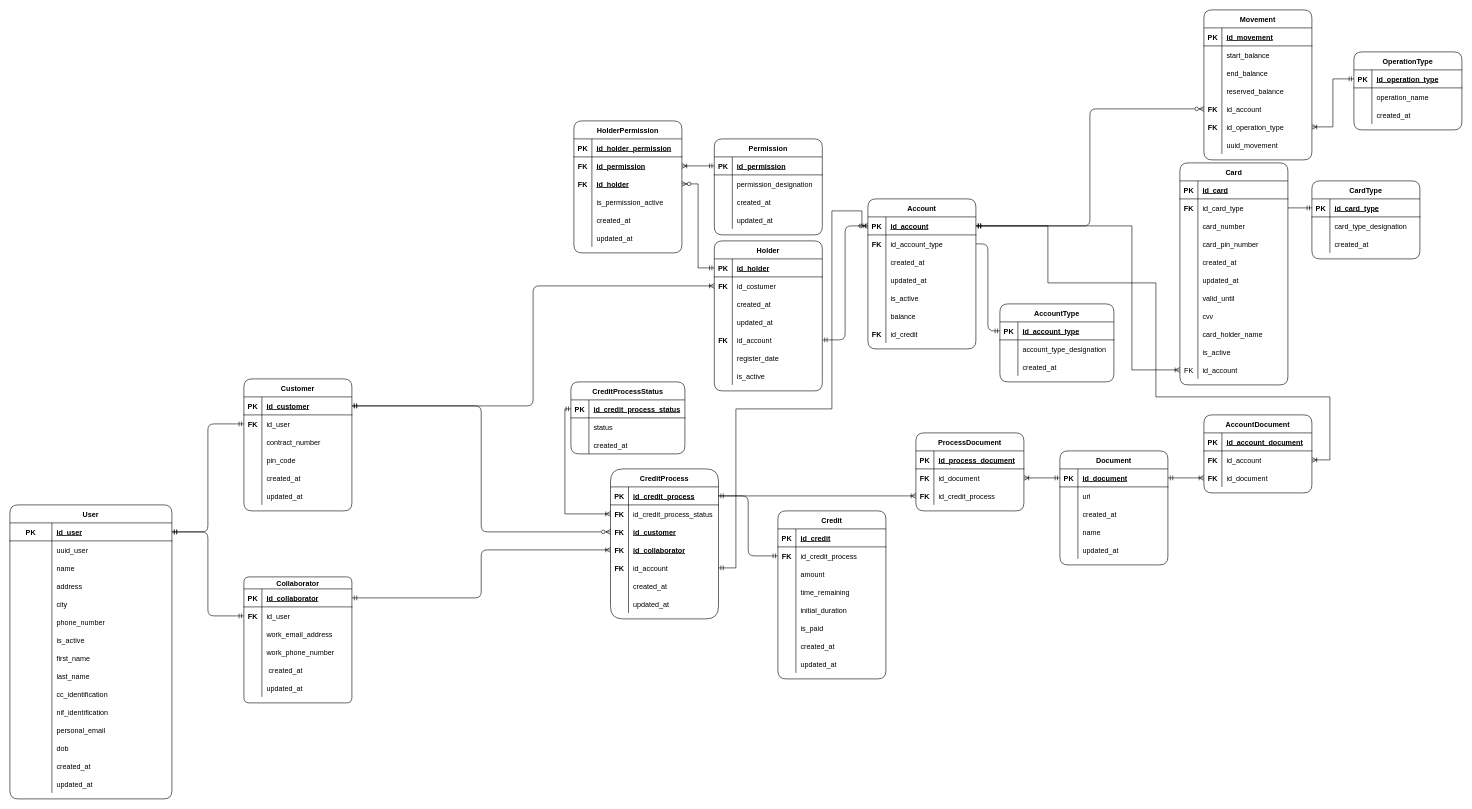
Earlier version of the draw.io diagram page "Modelo Relacional" (2 of 2) of Untitled Diagram.drawio (pedro7161/Ciencia_dos_Dados_TP1_Base-de-dados). Source tidied: cells renumbered, new cells numbered last; positions are measured from the earlier drawing's top-left corner, leaving out a move shared by most shapes. Both pictures are drawn from the tidied source at 60%, with x=0, y=0 at pixel (10, 10).
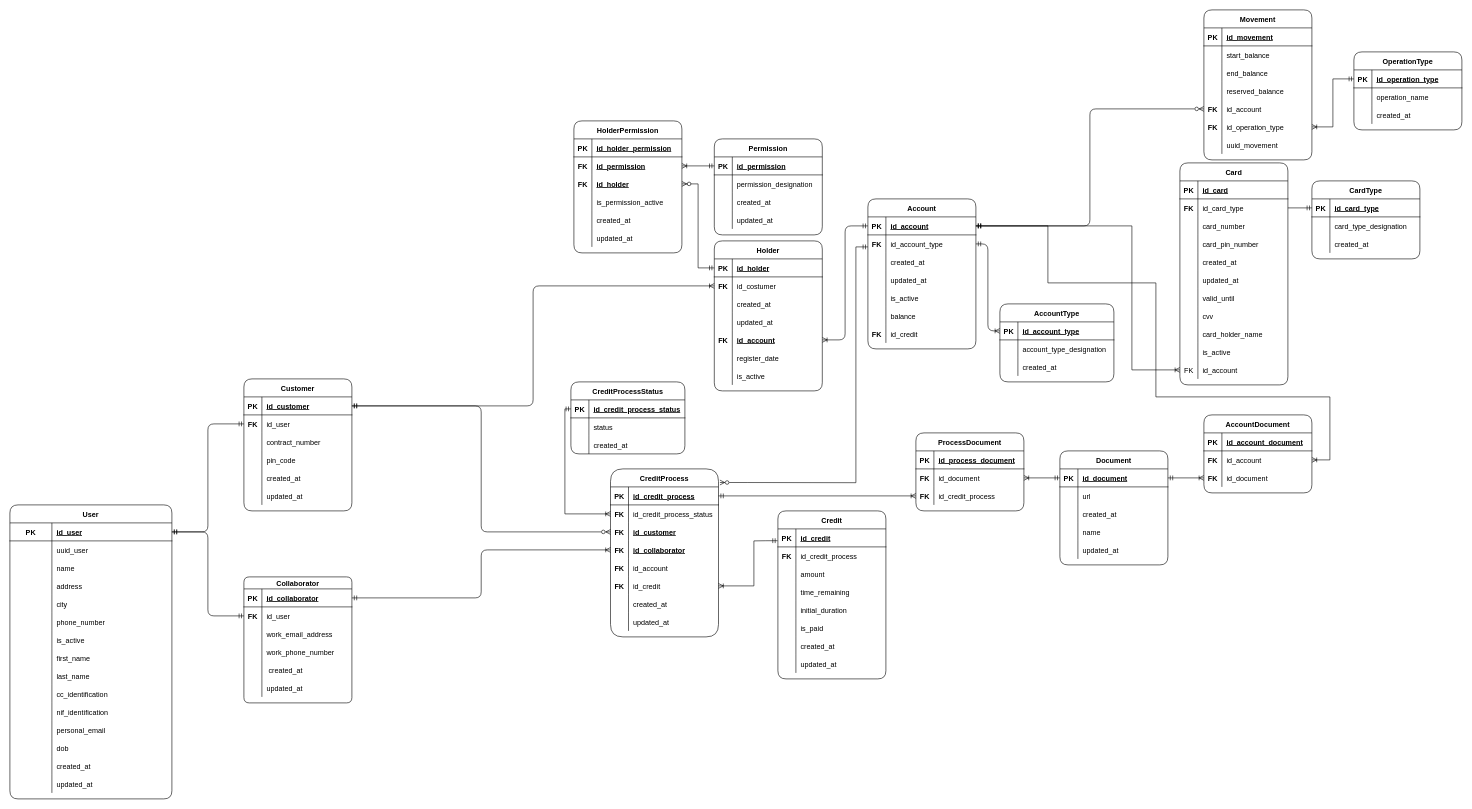
The same diagram, later.

Unchanged cells that the change refers to:
```xml
<mxCell id="3" style="shape=tableRow;horizontal=0;startSize=0;swimlaneHead=0;swimlaneBody=0;fillColor=none;points=[[0,0.5],[1,0.5]];portConstraint=eastwest;top=0;left=0;right=0;bottom=1;rounded=1;" parent="2" vertex="1">
  <mxGeometry y="30" width="180" height="30" as="geometry" />
</mxCell>
<mxCell id="6" style="shape=tableRow;horizontal=0;startSize=0;swimlaneHead=0;swimlaneBody=0;fillColor=none;points=[[0,0.5],[1,0.5]];portConstraint=eastwest;top=0;left=0;right=0;bottom=0;rounded=1;" parent="2" vertex="1">
  <mxGeometry y="60" width="180" height="30" as="geometry" />
</mxCell>
<mxCell id="28" style="shape=tableRow;horizontal=0;startSize=0;swimlaneHead=0;swimlaneBody=0;fillColor=none;points=[[0,0.5],[1,0.5]];portConstraint=eastwest;top=0;left=0;right=0;bottom=1;rounded=1;" parent="27" vertex="1">
  <mxGeometry y="30" width="190" height="30" as="geometry" />
</mxCell>
<mxCell id="50" style="shape=tableRow;horizontal=0;startSize=0;swimlaneHead=0;swimlaneBody=0;fillColor=none;points=[[0,0.5],[1,0.5]];portConstraint=eastwest;top=0;left=0;right=0;bottom=0;rounded=1;" parent="37" vertex="1">
  <mxGeometry y="150" width="180" height="30" as="geometry" />
</mxCell>
<mxCell id="73" style="shape=tableRow;horizontal=0;startSize=0;swimlaneHead=0;swimlaneBody=0;fillColor=none;points=[[0,0.5],[1,0.5]];portConstraint=eastwest;top=0;left=0;right=0;bottom=1;rounded=1;" parent="72" vertex="1">
  <mxGeometry y="30" width="180" height="30" as="geometry" />
</mxCell>
<mxCell id="76" style="shape=tableRow;horizontal=0;startSize=0;swimlaneHead=0;swimlaneBody=0;fillColor=none;points=[[0,0.5],[1,0.5]];portConstraint=eastwest;top=0;left=0;right=0;bottom=0;rounded=1;" parent="72" vertex="1">
  <mxGeometry y="60" width="180" height="30" as="geometry" />
</mxCell>
<mxCell id="133" style="shape=tableRow;horizontal=0;startSize=0;swimlaneHead=0;swimlaneBody=0;fillColor=none;points=[[0,0.5],[1,0.5]];portConstraint=eastwest;top=0;left=0;right=0;bottom=1;rounded=1;" parent="132" vertex="1">
  <mxGeometry y="30" width="180" height="30" as="geometry" />
</mxCell>
<mxCell id="145" style="shape=tableRow;horizontal=0;startSize=0;swimlaneHead=0;swimlaneBody=0;fillColor=none;points=[[0,0.5],[1,0.5]];portConstraint=eastwest;top=0;left=0;right=0;bottom=0;rounded=1;" parent="132" vertex="1">
  <mxGeometry y="150" width="180" height="30" as="geometry" />
</mxCell>
<mxCell id="148" style="shape=tableRow;horizontal=0;startSize=0;swimlaneHead=0;swimlaneBody=0;fillColor=none;points=[[0,0.5],[1,0.5]];portConstraint=eastwest;top=0;left=0;right=0;bottom=0;rounded=1;" parent="132" vertex="1">
  <mxGeometry y="180" width="180" height="30" as="geometry" />
</mxCell>
<mxCell id="151" style="shape=tableRow;horizontal=0;startSize=0;swimlaneHead=0;swimlaneBody=0;fillColor=none;top=0;left=0;right=0;bottom=0;rounded=1;" parent="132" vertex="1">
  <mxGeometry y="210" width="180" height="30" as="geometry" />
</mxCell>
```

Change to the diagram source:
```diff
@@
-    <mxCell id="52" value="id_account" style="shape=partialRectangle;fillColor=none;top=0;left=0;bottom=0;right=0;align=left;spacingLeft=6;overflow=hidden;rounded=1;" parent="50" vertex="1">
+    <mxCell id="52" value="id_account" style="shape=partialRectangle;fillColor=none;top=0;left=0;bottom=0;right=0;align=left;spacingLeft=6;overflow=hidden;rounded=1;fontStyle=5;" parent="50" vertex="1">
       <mxGeometry x="30" width="150" height="30" as="geometry" />
     </mxCell>
@@
     <mxCell id="132" value="CreditProcess" style="shape=table;startSize=30;childLayout=tableLayout;rowLines=0;fontStyle=1;align=center;rounded=1;arcSize=23;" parent="1" vertex="1">
-      <mxGeometry x="1001" y="765" width="180" height="250" as="geometry" />
+      <mxGeometry x="1001" y="765" width="180" height="280" as="geometry" />
     </mxCell>
@@
-    <mxCell id="150" value="created_at" style="shape=partialRectangle;fillColor=none;top=0;left=0;bottom=0;right=0;align=left;spacingLeft=6;overflow=hidden;rounded=1;fontStyle=0;" parent="148" vertex="1">
+    <mxCell id="150" value="id_credit" style="shape=partialRectangle;fillColor=none;top=0;left=0;bottom=0;right=0;align=left;spacingLeft=6;overflow=hidden;rounded=1;fontStyle=0;" parent="148" vertex="1">
       <mxGeometry x="30" width="150" height="30" as="geometry" />
     </mxCell>
@@
-    <mxCell id="153" value="updated_at" style="shape=partialRectangle;fillColor=none;top=0;left=0;bottom=0;right=0;align=left;spacingLeft=6;overflow=hidden;rounded=1;fontStyle=0;" parent="151" vertex="1">
+    <mxCell id="153" value="created_at" style="shape=partialRectangle;fillColor=none;top=0;left=0;bottom=0;right=0;align=left;spacingLeft=6;overflow=hidden;rounded=1;fontStyle=0;" parent="151" vertex="1">
       <mxGeometry x="30" width="150" height="30" as="geometry" />
     </mxCell>
+    <mxCell id="381" style="shape=tableRow;horizontal=0;startSize=0;swimlaneHead=0;swimlaneBody=0;fillColor=none;top=0;left=0;right=0;bottom=0;rounded=1;" parent="132" vertex="1">
+      <mxGeometry y="240" width="180" height="30" as="geometry" />
+    </mxCell>
+    <mxCell id="382" style="shape=partialRectangle;fillColor=none;top=0;left=0;bottom=0;right=0;overflow=hidden;rounded=1;" parent="381" vertex="1">
+      <mxGeometry width="30" height="30" as="geometry" />
+    </mxCell>
+    <mxCell id="383" value="updated_at" style="shape=partialRectangle;fillColor=none;top=0;left=0;bottom=0;right=0;align=left;spacingLeft=6;overflow=hidden;rounded=1;fontStyle=0;" parent="381" vertex="1">
+      <mxGeometry x="30" width="150" height="30" as="geometry" />
+    </mxCell>
@@
-    <mxCell id="204" style="edgeStyle=orthogonalEdgeStyle;jettySize=auto;html=1;endArrow=ERmandOne;endFill=0;" parent="1" edge="1" source="133" target="6">
-      <mxGeometry relative="1" as="geometry" />
-    </mxCell>
@@
-    <mxCell id="206" style="edgeStyle=orthogonalEdgeStyle;jettySize=auto;html=1;endArrow=ERoneToMany;endFill=0;entryX=0;entryY=0.5;entryDx=0;entryDy=0;startArrow=ERmandOne;startFill=0;" parent="1" edge="1" source="50" target="73">
+    <mxCell id="206" style="edgeStyle=orthogonalEdgeStyle;jettySize=auto;html=1;endArrow=ERmandOne;endFill=0;entryX=0;entryY=0.5;entryDx=0;entryDy=0;startArrow=ERoneToMany;startFill=0;" parent="1" edge="1" source="50" target="73">
       <mxGeometry relative="1" as="geometry" />
     </mxCell>
@@
-    <mxCell id="218" style="edgeStyle=orthogonalEdgeStyle;jettySize=auto;html=1;entryX=0;entryY=0.5;entryDx=0;entryDy=0;endArrow=ERmandOne;endFill=0;" parent="1" edge="1" source="76" target="28">
+    <mxCell id="218" style="edgeStyle=orthogonalEdgeStyle;jettySize=auto;html=1;entryX=0;entryY=0.5;entryDx=0;entryDy=0;endArrow=ERoneToMany;endFill=0;startArrow=ERmandOne;startFill=0;" parent="1" edge="1" source="76" target="28">
       <mxGeometry relative="1" as="geometry" />
     </mxCell>
@@
-    <mxCell id="378" style="rounded=0;jettySize=auto;html=1;startArrow=ERmandOne;startFill=0;endArrow=ERzeroToOne;endFill=0;edgeStyle=orthogonalEdgeStyle;exitX=1;exitY=0.5;exitDx=0;exitDy=0;entryX=0;entryY=0.5;entryDx=0;entryDy=0;" parent="1" edge="1" source="145" target="73">
-      <mxGeometry relative="1" as="geometry">
-        <Array as="points">
-          <mxPoint x="1210" y="930" />
-          <mxPoint x="1210" y="665" />
-          <mxPoint x="1370" y="665" />
-          <mxPoint x="1370" y="335" />
-          <mxPoint x="1420" y="335" />
-          <mxPoint x="1420" y="360" />
-        </Array>
-      </mxGeometry>
-    </mxCell>
@@
+    <mxCell id="384" style="edgeStyle=orthogonalEdgeStyle;fontSize=12;html=1;endArrow=ERmandOne;startArrow=ERzeroToMany;rounded=0;strokeColor=default;endFill=0;startFill=0;exitX=1.013;exitY=0.081;exitDx=0;exitDy=0;exitPerimeter=0;" parent="1" edge="1" source="132">
+      <mxGeometry relative="1" as="geometry">
+        <mxPoint x="1430" y="395" as="targetPoint" />
+        <Array as="points">
+          <mxPoint x="1230" y="788" />
+          <mxPoint x="1410" y="788" />
+          <mxPoint x="1410" y="395" />
+        </Array>
+      </mxGeometry>
+    </mxCell>
+    <mxCell id="385" style="edgeStyle=orthogonalEdgeStyle;fontSize=12;html=1;endArrow=ERoneToMany;startArrow=ERmandOne;rounded=0;strokeColor=default;exitX=-0.003;exitY=0.655;exitDx=0;exitDy=0;exitPerimeter=0;" parent="1" edge="1" source="3" target="148">
+      <mxGeometry relative="1" as="geometry">
+        <Array as="points">
+          <mxPoint x="1260" y="885" />
+          <mxPoint x="1240" y="885" />
+          <mxPoint x="1240" y="960" />
+        </Array>
+      </mxGeometry>
+    </mxCell>
+    <mxCell id="386" value="FK" style="shape=partialRectangle;fillColor=none;top=0;left=0;bottom=0;right=0;fontStyle=1;overflow=hidden;rounded=1;" parent="1" vertex="1">
+      <mxGeometry x="1001" y="945" width="30" height="30" as="geometry" />
+    </mxCell>
```
